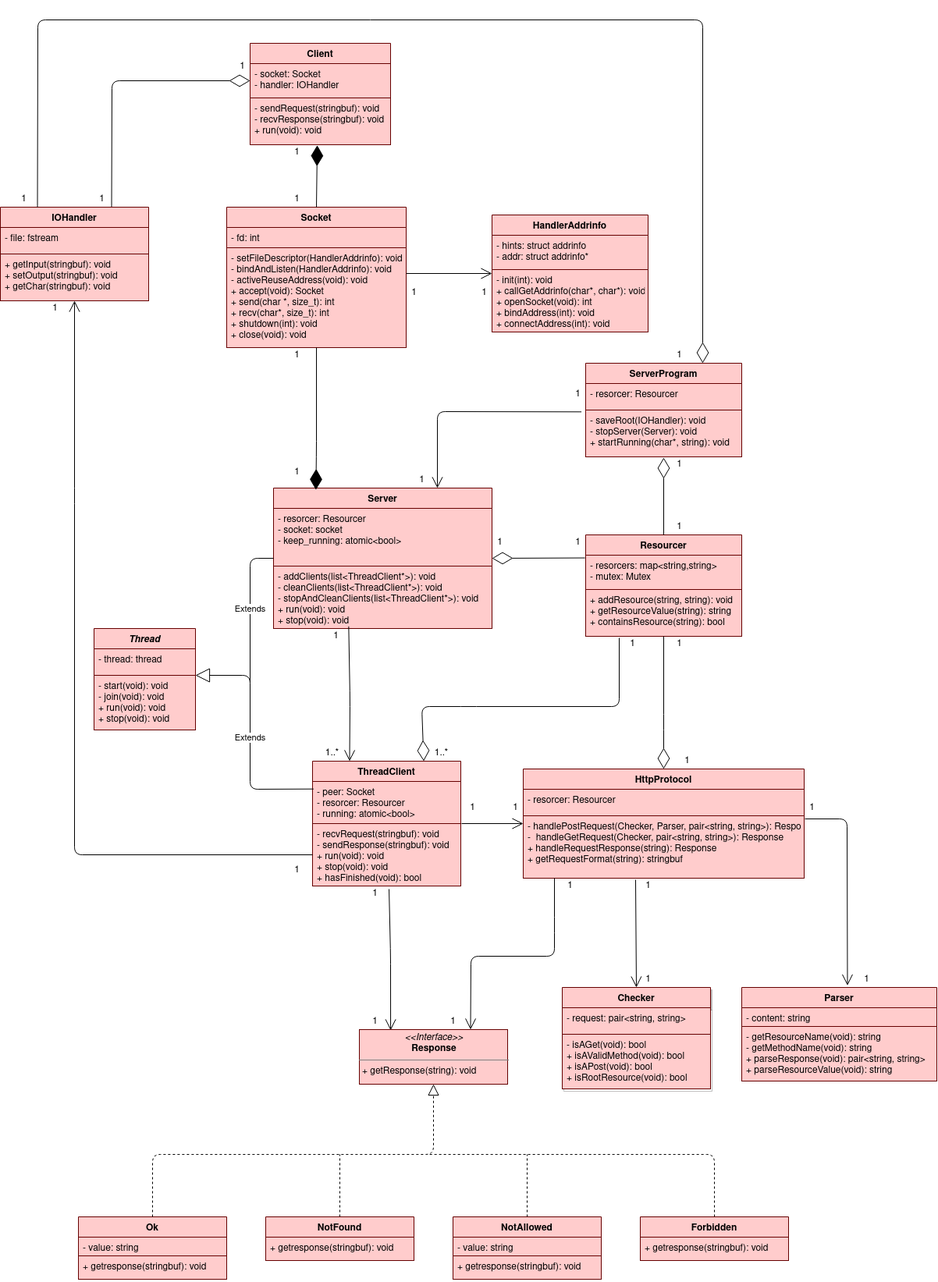
EscobarMariaSol/TP3-Taller-de-Programacion keeps this draw.io diagram as img/TP3-Clases.png. Above is the earlier version. Source tidied: cells renumbered, new cells last; positions are measured from the earlier drawing's top-left corner, leaving out a move shared by most shapes.
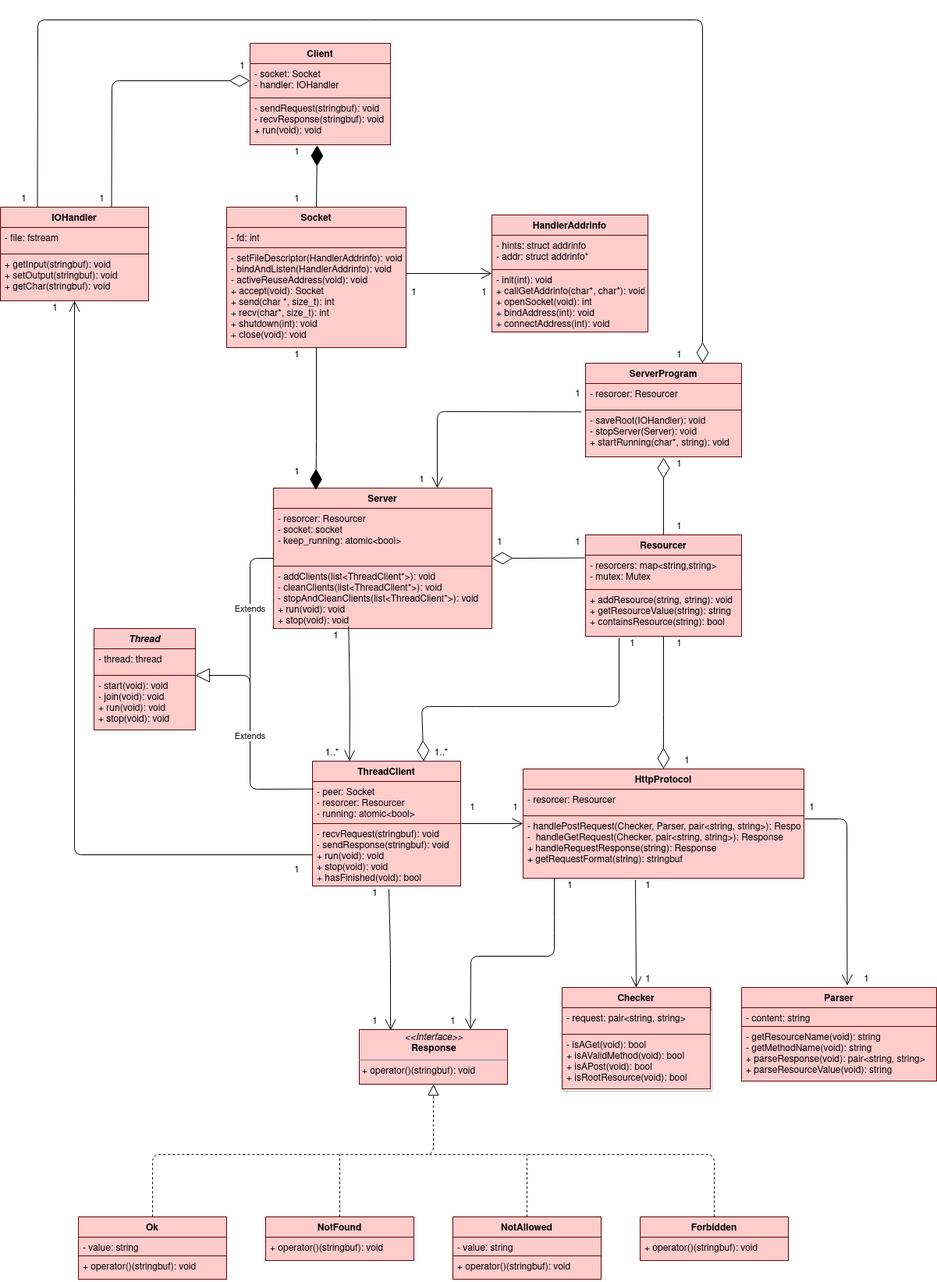
Above is the later version.

The edit, as a diff of the source:
```diff
@@ -257,7 +257,7 @@
         <mxPoint x="520" y="325" as="sourcePoint" />
       </mxGeometry>
     </mxCell>
-    <mxCell id="71" value="&lt;p style=&quot;margin: 0px ; margin-top: 4px ; text-align: center&quot;&gt;&lt;i&gt;&amp;lt;&amp;lt;Interface&amp;gt;&amp;gt;&lt;/i&gt;&lt;br&gt;&lt;b&gt;Response&lt;/b&gt;&lt;/p&gt;&lt;hr size=&quot;1&quot;&gt;&lt;p style=&quot;margin: 0px ; margin-left: 4px&quot;&gt;+ getResponse(string): void&lt;br&gt;&lt;br&gt;&lt;/p&gt;" style="verticalAlign=top;align=left;overflow=fill;fontSize=12;fontFamily=Helvetica;html=1;strokeColor=#660000;fillColor=#FFCCCC;" parent="1" vertex="1">
+    <mxCell id="71" value="&lt;p style=&quot;margin: 0px ; margin-top: 4px ; text-align: center&quot;&gt;&lt;i&gt;&amp;lt;&amp;lt;Interface&amp;gt;&amp;gt;&lt;/i&gt;&lt;br&gt;&lt;b&gt;Response&lt;/b&gt;&lt;/p&gt;&lt;hr size=&quot;1&quot;&gt;&lt;p style=&quot;margin: 0px ; margin-left: 4px&quot;&gt;+ operator()(stringbuf): void&lt;br&gt;&lt;br&gt;&lt;/p&gt;" style="verticalAlign=top;align=left;overflow=fill;fontSize=12;fontFamily=Helvetica;html=1;strokeColor=#660000;fillColor=#FFCCCC;" parent="1" vertex="1">
       <mxGeometry x="460" y="1294" width="190" height="70" as="geometry" />
     </mxCell>
     <mxCell id="72" style="endArrow=diamondThin;endFill=0;endSize=24;html=1;entryX=0.5;entryY=0;entryDx=0;entryDy=0;" parent="1" edge="1" source="46" target="42">
@@ -273,7 +273,7 @@
     <mxCell id="74" value="- value: string" style="text;align=left;verticalAlign=top;spacingLeft=4;spacingRight=4;overflow=hidden;strokeColor=#660000;fillColor=#FFCCCC;" parent="73" vertex="1">
       <mxGeometry y="26" width="190" height="24" as="geometry" />
     </mxCell>
-    <mxCell id="75" value="+ getresponse(stringbuf): void" style="text;align=left;verticalAlign=top;spacingLeft=4;spacingRight=4;overflow=hidden;strokeColor=#660000;fillColor=#FFCCCC;" parent="73" vertex="1">
+    <mxCell id="75" value="+ operator()(stringbuf): void" style="text;align=left;verticalAlign=top;spacingLeft=4;spacingRight=4;overflow=hidden;strokeColor=#660000;fillColor=#FFCCCC;" parent="73" vertex="1">
       <mxGeometry y="50" width="190" height="30" as="geometry" />
     </mxCell>
     <mxCell id="76" style="endArrow=block;dashed=1;endFill=0;endSize=12;html=1;entryX=0.5;entryY=1;entryDx=0;entryDy=0;exitX=0.5;exitY=0;exitDx=0;exitDy=0;" parent="1" edge="1" source="73" target="71">
@@ -308,13 +308,13 @@
     <mxCell id="80" value="NotFound" style="swimlane;fontStyle=1;align=center;verticalAlign=top;horizontal=1;startSize=26;strokeColor=#660000;fillColor=#FFCCCC;" parent="1" vertex="1">
       <mxGeometry x="340" y="1534" width="190" height="56" as="geometry" />
     </mxCell>
-    <mxCell id="81" value="+ getresponse(stringbuf): void" style="text;align=left;verticalAlign=top;spacingLeft=4;spacingRight=4;overflow=hidden;strokeColor=#660000;fillColor=#FFCCCC;" parent="80" vertex="1">
+    <mxCell id="81" value="+ operator()(stringbuf): void" style="text;align=left;verticalAlign=top;spacingLeft=4;spacingRight=4;overflow=hidden;strokeColor=#660000;fillColor=#FFCCCC;" parent="80" vertex="1">
       <mxGeometry y="26" width="190" height="30" as="geometry" />
     </mxCell>
     <mxCell id="82" value="Forbidden" style="swimlane;fontStyle=1;align=center;verticalAlign=top;horizontal=1;startSize=26;strokeColor=#660000;fillColor=#FFCCCC;" parent="1" vertex="1">
       <mxGeometry x="820" y="1534" width="190" height="56" as="geometry" />
     </mxCell>
-    <mxCell id="83" value="+ getresponse(stringbuf): void" style="text;align=left;verticalAlign=top;spacingLeft=4;spacingRight=4;overflow=hidden;strokeColor=#660000;fillColor=#FFCCCC;" parent="82" vertex="1">
+    <mxCell id="83" value="+ operator()(stringbuf): void" style="text;align=left;verticalAlign=top;spacingLeft=4;spacingRight=4;overflow=hidden;strokeColor=#660000;fillColor=#FFCCCC;" parent="82" vertex="1">
       <mxGeometry y="26" width="190" height="30" as="geometry" />
     </mxCell>
     <mxCell id="84" value="NotAllowed" style="swimlane;fontStyle=1;align=center;verticalAlign=top;horizontal=1;startSize=26;strokeColor=#660000;fillColor=#FFCCCC;" parent="1" vertex="1">
@@ -323,7 +323,7 @@
     <mxCell id="85" value="- value: string" style="text;align=left;verticalAlign=top;spacingLeft=4;spacingRight=4;overflow=hidden;strokeColor=#660000;fillColor=#FFCCCC;" parent="84" vertex="1">
       <mxGeometry y="26" width="190" height="24" as="geometry" />
     </mxCell>
-    <mxCell id="86" value="+ getresponse(stringbuf): void" style="text;align=left;verticalAlign=top;spacingLeft=4;spacingRight=4;overflow=hidden;strokeColor=#660000;fillColor=#FFCCCC;" parent="84" vertex="1">
+    <mxCell id="86" value="+ operator()(stringbuf): void" style="text;align=left;verticalAlign=top;spacingLeft=4;spacingRight=4;overflow=hidden;strokeColor=#660000;fillColor=#FFCCCC;" parent="84" vertex="1">
       <mxGeometry y="50" width="190" height="30" as="geometry" />
     </mxCell>
     <mxCell id="87" value="1" style="text;html=1;align=center;verticalAlign=middle;" parent="1" vertex="1">
```
